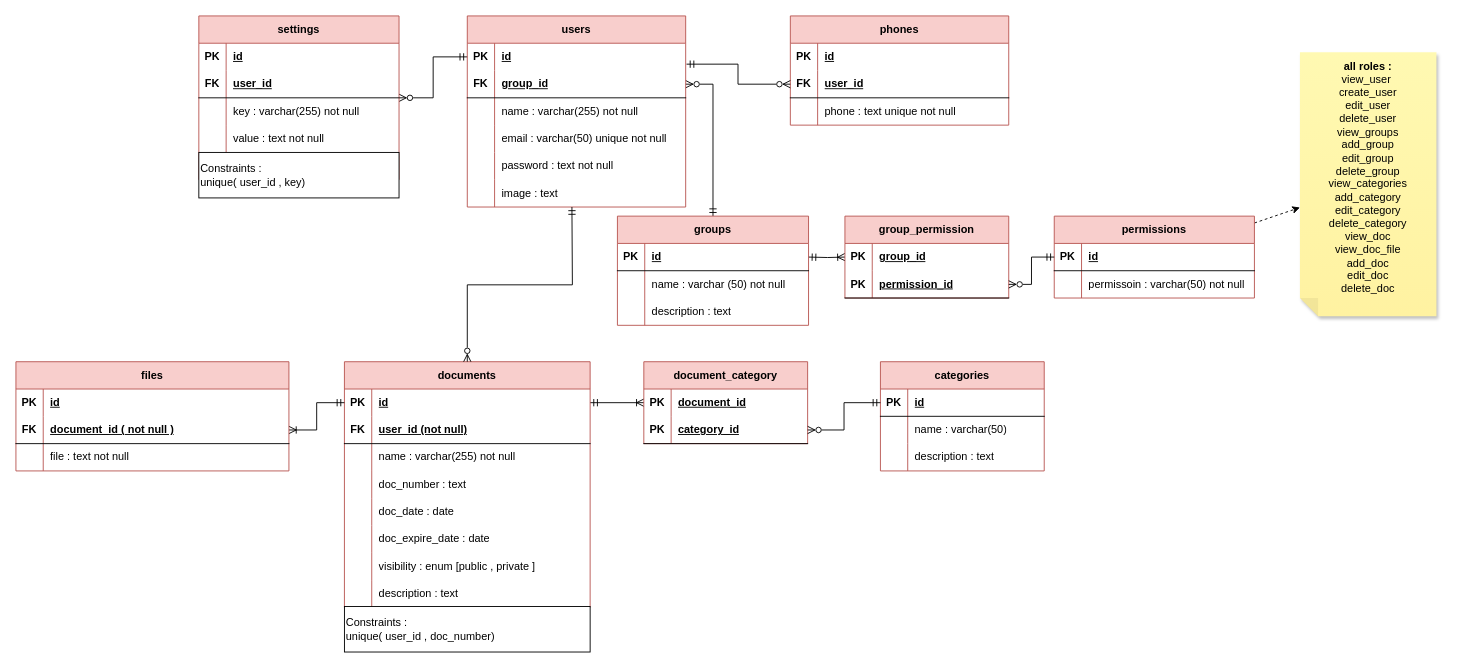
This is page "db_schema" (1 of 4) of planning/diagram.drawio from khaledfathi/documents-vault, a draw.io file, before an edit. Source tidied: cells renumbered, new cells numbered last; positions are measured from the earlier drawing's top-left corner, leaving out a move shared by most shapes. Both pictures are drawn from the tidied source at 91%, with x=0, y=0 at pixel (15, 15).
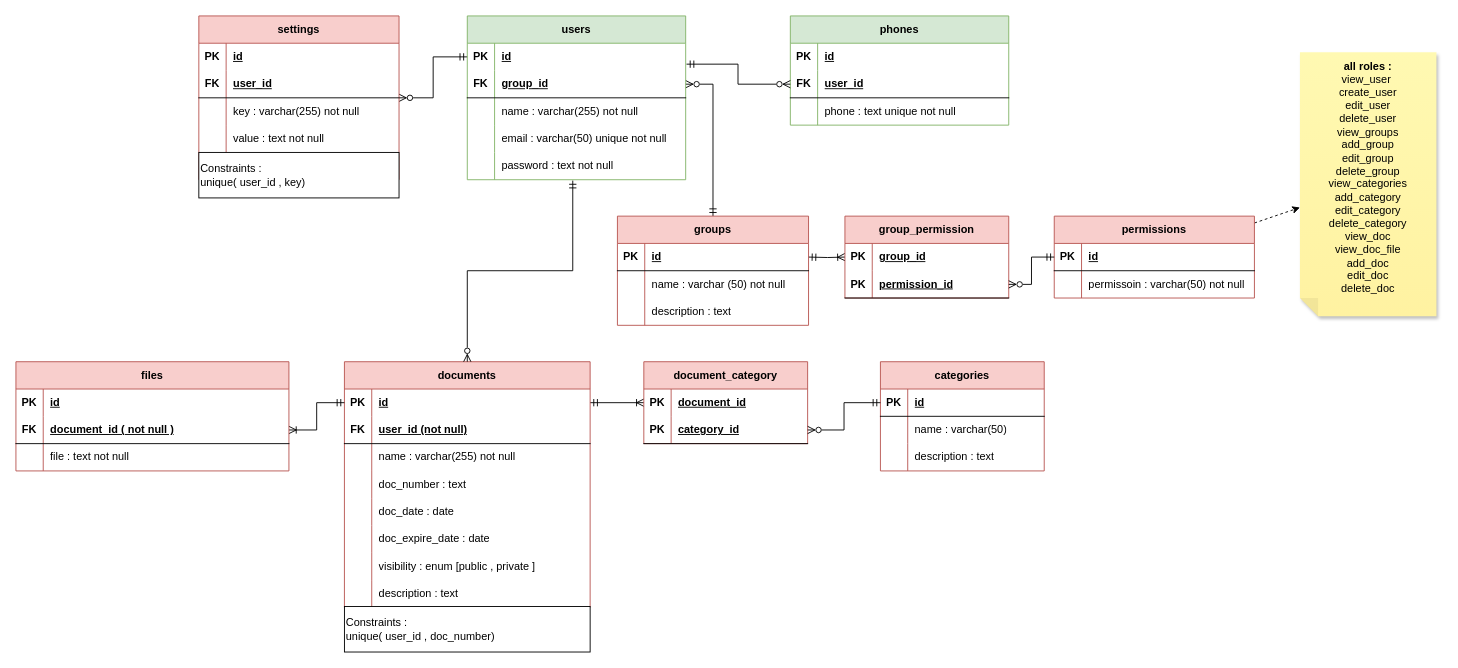
After the change.

The change refers to these unchanged cells:
```xml
<mxCell id="40" value="documents" style="shape=table;startSize=30;childLayout=tableLayout;rowLines=0;fontStyle=1;align=center;html=1;whiteSpace=wrap;fillColor=#f8cecc;strokeColor=#b85450;" parent="1" vertex="1">
  <mxGeometry x="361" y="380" width="270" height="270" as="geometry" />
</mxCell>
<mxCell id="78" style="shape=tableRow;horizontal=0;startSize=0;swimlaneHead=0;swimlaneBody=0;fillColor=none;points=[[0,0.5],[1,0.5]];portConstraint=eastwest;top=0;left=0;right=0;bottom=0;html=1;" parent="65" vertex="1">
  <mxGeometry y="150" width="240" height="30" as="geometry" />
</mxCell>
```

Diff of the diagram source:
```diff
@@
-    <mxCell id="65" value="users" style="shape=table;startSize=30;childLayout=tableLayout;rowLines=0;fontStyle=1;align=center;html=1;whiteSpace=wrap;fillColor=#f8cecc;strokeColor=#b85450;" parent="1" vertex="1">
-      <mxGeometry x="496" width="240" height="210" as="geometry" />
+    <mxCell id="65" value="users" style="shape=table;startSize=30;childLayout=tableLayout;rowLines=0;fontStyle=1;align=center;html=1;whiteSpace=wrap;fillColor=#d5e8d4;strokeColor=#82b366;" parent="1" vertex="1">
+      <mxGeometry x="496" width="240" height="180" as="geometry" />
     </mxCell>
@@
-    <mxCell id="81" style="shape=tableRow;horizontal=0;startSize=0;swimlaneHead=0;swimlaneBody=0;fillColor=none;top=0;left=0;right=0;bottom=0;html=1;" parent="65" vertex="1">
-      <mxGeometry y="180" width="240" height="30" as="geometry" />
-    </mxCell>
-    <mxCell id="82" style="shape=partialRectangle;fillColor=none;top=0;left=0;bottom=0;right=0;overflow=hidden;html=1;whiteSpace=wrap;" parent="81" vertex="1">
-      <mxGeometry width="30" height="30" as="geometry" />
-    </mxCell>
-    <mxCell id="83" value="image : text" style="shape=partialRectangle;fillColor=none;top=0;left=0;bottom=0;right=0;align=left;spacingLeft=6;overflow=hidden;html=1;whiteSpace=wrap;" parent="81" vertex="1">
-      <mxGeometry x="30" width="210" height="30" as="geometry" />
-    </mxCell>
@@
-    <mxCell id="94" value="phones" style="shape=table;startSize=30;childLayout=tableLayout;rowLines=0;fontStyle=1;align=center;html=1;whiteSpace=wrap;fillColor=#f8cecc;strokeColor=#b85450;" parent="1" vertex="1">
+    <mxCell id="94" value="phones" style="shape=table;startSize=30;childLayout=tableLayout;rowLines=0;fontStyle=1;align=center;html=1;whiteSpace=wrap;fillColor=#d5e8d4;strokeColor=#82b366;" parent="1" vertex="1">
       <mxGeometry x="851" width="240" height="120" as="geometry" />
     </mxCell>
@@
-    <mxCell id="132" style="edgeStyle=orthogonalEdgeStyle;rounded=0;jettySize=auto;html=1;endArrow=ERmandOne;endFill=0;startArrow=ERzeroToMany;startFill=0;" parent="1" edge="1" source="40">
-      <mxGeometry relative="1" as="geometry">
-        <mxPoint x="611" y="210" as="targetPoint" />
-      </mxGeometry>
+    <mxCell id="132" style="edgeStyle=orthogonalEdgeStyle;rounded=0;jettySize=auto;html=1;endArrow=ERmandOne;endFill=0;startArrow=ERzeroToMany;startFill=0;entryX=0.483;entryY=1.033;entryDx=0;entryDy=0;entryPerimeter=0;" parent="1" edge="1" source="40" target="78">
+      <mxGeometry relative="1" as="geometry" />
     </mxCell>
```
